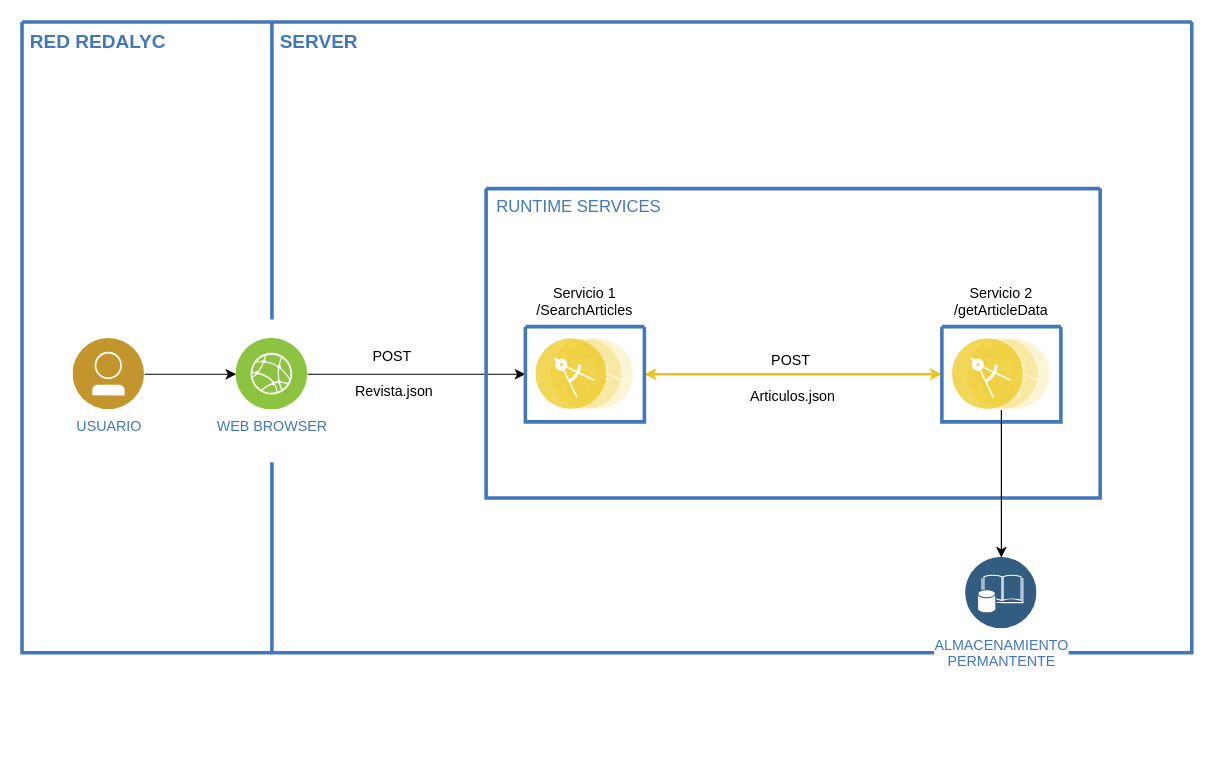
ubecerrilv/8semestre keeps this draw.io diagram as Integrativa/ProyectoNuevo/Microservices.drawio. Above is the earlier version. Source tidied: cells renumbered, new cells numbered last; positions are measured from the earlier drawing's top-left corner, leaving out a move shared by most shapes. Both pictures are drawn from the tidied source at 119%, with x=0, y=0 at pixel (21, 21).
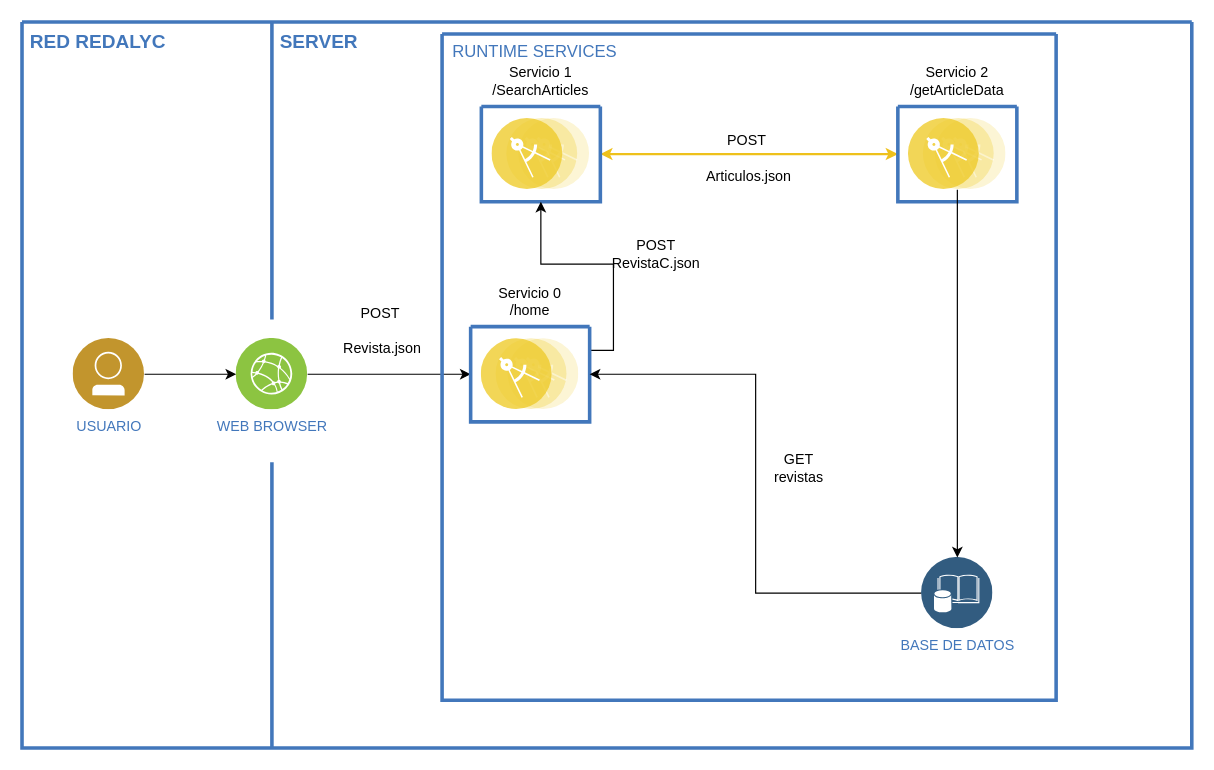
Above is the later version.

Unchanged cells that the change refers to:
```xml
<mxCell id="10" value="WEB BROWSER" style="perimeter=ellipsePerimeter;html=1;align=center;shadow=0;dashed=0;image;image=img/lib/ibm/infrastructure/edge_services.svg;labelBackgroundColor=#ffffff;strokeColor=#666666;strokeWidth=3;fillColor=#C2952D;gradientColor=none;fontSize=12;fontColor=#4277BB;" parent="2" vertex="1">
  <mxGeometry x="180" y="266" width="60" height="60" as="geometry" />
</mxCell>
```

Diff of the diagram source:
```diff
@@
     <mxCell id="2" style="swimlane;shadow=0;strokeColor=#4277BB;fillColor=#ffffff;fontColor=#4277BB;align=right;startSize=0;strokeWidth=3;" parent="1" vertex="1">
-      <mxGeometry width="983" height="530" as="geometry" />
+      <mxGeometry width="983" height="610" as="geometry" />
     </mxCell>
@@
     <mxCell id="6" style="line;strokeWidth=3;direction=south;html=1;shadow=0;labelBackgroundColor=none;fillColor=none;gradientColor=none;fontSize=12;fontColor=#4277BB;align=right;strokeColor=#4277BB;" parent="2" vertex="1">
-      <mxGeometry x="205" y="370" width="10" height="160" as="geometry" />
+      <mxGeometry x="205" y="370" width="10" height="240" as="geometry" />
     </mxCell>
@@
-    <mxCell id="9" style="edgeStyle=orthogonalEdgeStyle;rounded=0;jettySize=auto;html=1;entryX=0;entryY=0.5;entryDx=0;entryDy=0;" parent="2" edge="1" source="10" target="14">
-      <mxGeometry relative="1" as="geometry" />
-    </mxCell>
+    <mxCell id="26" style="edgeStyle=orthogonalEdgeStyle;rounded=0;jettySize=auto;html=1;entryX=0;entryY=0.5;entryDx=0;entryDy=0;" parent="2" edge="1" source="10" target="28">
+      <mxGeometry relative="1" as="geometry" />
+    </mxCell>
@@
     <mxCell id="11" style="swimlane;shadow=0;strokeColor=#4277BB;fillColor=#ffffff;fontColor=#4277BB;align=right;startSize=0;strokeWidth=3;" parent="2" vertex="1">
-      <mxGeometry x="390" y="140" width="516" height="260" as="geometry" />
+      <mxGeometry x="353" y="10" width="516" height="560" as="geometry" />
     </mxCell>
@@
     <mxCell id="14" style="swimlane;shadow=0;strokeColor=#4277BB;fillColor=#ffffff;fontColor=#4277BB;align=right;startSize=0;strokeWidth=3;" parent="11" vertex="1">
-      <mxGeometry x="33" y="116" width="100" height="80" as="geometry" />
+      <mxGeometry x="33" y="61" width="100" height="80" as="geometry" />
     </mxCell>
@@
     <mxCell id="16" style="swimlane;shadow=0;strokeColor=#4277BB;fillColor=#ffffff;fontColor=#4277BB;align=right;startSize=0;strokeWidth=3;" parent="11" vertex="1">
-      <mxGeometry x="383" y="116" width="100" height="80" as="geometry" />
+      <mxGeometry x="383" y="61" width="100" height="80" as="geometry" />
     </mxCell>
@@
     <mxCell id="18" value="Servicio 1&lt;div&gt;/SearchArticles&lt;/div&gt;" style="text;html=1;align=center;verticalAlign=middle;whiteSpace=wrap;rounded=0;" parent="11" vertex="1">
-      <mxGeometry x="53" y="80" width="60" height="30" as="geometry" />
+      <mxGeometry x="53" y="25" width="60" height="30" as="geometry" />
     </mxCell>
     <mxCell id="19" value="POST&amp;nbsp;" style="text;html=1;align=center;verticalAlign=middle;whiteSpace=wrap;rounded=0;" parent="11" vertex="1">
-      <mxGeometry x="228" y="130" width="60" height="30" as="geometry" />
+      <mxGeometry x="228" y="75" width="60" height="30" as="geometry" />
     </mxCell>
     <mxCell id="20" value="Articulos.json" style="text;html=1;align=center;verticalAlign=middle;whiteSpace=wrap;rounded=0;" parent="11" vertex="1">
-      <mxGeometry x="228" y="160" width="60" height="30" as="geometry" />
+      <mxGeometry x="228" y="105" width="60" height="30" as="geometry" />
     </mxCell>
     <mxCell id="21" value="Servicio 2&lt;div&gt;/getArticleData&lt;/div&gt;" style="text;html=1;align=center;verticalAlign=middle;whiteSpace=wrap;rounded=0;" parent="11" vertex="1">
-      <mxGeometry x="403" y="80" width="60" height="30" as="geometry" />
+      <mxGeometry x="403" y="25" width="60" height="30" as="geometry" />
     </mxCell>
+    <mxCell id="27" style="edgeStyle=orthogonalEdgeStyle;rounded=0;jettySize=auto;html=1;exitX=1;exitY=0.25;exitDx=0;exitDy=0;entryX=0.5;entryY=1;entryDx=0;entryDy=0;" parent="11" edge="1" source="28" target="14">
+      <mxGeometry relative="1" as="geometry" />
+    </mxCell>
+    <mxCell id="28" style="swimlane;shadow=0;strokeColor=#4277BB;fillColor=#ffffff;fontColor=#4277BB;align=right;startSize=0;strokeWidth=3;" parent="11" vertex="1">
+      <mxGeometry x="24" y="246" width="100" height="80" as="geometry" />
+    </mxCell>
+    <mxCell id="29" style="perimeter=ellipsePerimeter;html=1;align=center;shadow=0;dashed=0;image;image=img/lib/ibm/applications/microservice.svg;labelBackgroundColor=#ffffff;strokeColor=#666666;strokeWidth=3;fillColor=#C2952D;gradientColor=none;fontSize=12;fontColor=#4277BB;" parent="28" vertex="1">
+      <mxGeometry x="9" y="10" width="82" height="60" as="geometry" />
+    </mxCell>
+    <mxCell id="30" value="Servicio 0&lt;div&gt;/home&lt;/div&gt;" style="text;html=1;align=center;verticalAlign=middle;whiteSpace=wrap;rounded=0;" parent="11" vertex="1">
+      <mxGeometry x="44" y="210" width="60" height="30" as="geometry" />
+    </mxCell>
+    <mxCell id="31" value="GET&lt;div&gt;revistas&lt;/div&gt;" style="text;html=1;align=center;verticalAlign=middle;whiteSpace=wrap;rounded=0;" parent="11" vertex="1">
+      <mxGeometry x="270" y="350" width="60" height="30" as="geometry" />
+    </mxCell>
+    <mxCell id="32" value="POST&lt;div&gt;RevistaC.json&lt;/div&gt;" style="text;html=1;align=center;verticalAlign=middle;whiteSpace=wrap;rounded=0;" parent="11" vertex="1">
+      <mxGeometry x="150" y="170" width="60" height="30" as="geometry" />
+    </mxCell>
+    <mxCell id="33" style="edgeStyle=orthogonalEdgeStyle;rounded=0;jettySize=auto;html=1;exitX=0;exitY=0.5;exitDx=0;exitDy=0;entryX=1;entryY=0.5;entryDx=0;entryDy=0;" parent="2" edge="1" source="22" target="28">
+      <mxGeometry relative="1" as="geometry" />
+    </mxCell>
-    <mxCell id="22" value="ALMACENAMIENTO&lt;div&gt;PERMANTENTE&lt;/div&gt;" style="perimeter=ellipsePerimeter;html=1;align=center;shadow=0;dashed=0;image;image=img/lib/ibm/data/enterprise_data.svg;labelBackgroundColor=#ffffff;strokeColor=#666666;strokeWidth=3;fillColor=#C2952D;gradientColor=none;fontSize=12;fontColor=#4277BB;" parent="2" vertex="1">
-      <mxGeometry x="793" y="450" width="60" height="60" as="geometry" />
+    <mxCell id="22" value="BASE DE DATOS" style="perimeter=ellipsePerimeter;html=1;align=center;shadow=0;dashed=0;image;image=img/lib/ibm/data/enterprise_data.svg;labelBackgroundColor=#ffffff;strokeColor=#666666;strokeWidth=3;fillColor=#C2952D;gradientColor=none;fontSize=12;fontColor=#4277BB;" parent="2" vertex="1">
+      <mxGeometry x="756" y="450" width="60" height="60" as="geometry" />
     </mxCell>
     <mxCell id="23" value="POST&amp;nbsp;" style="text;html=1;align=center;verticalAlign=middle;whiteSpace=wrap;rounded=0;" parent="2" vertex="1">
-      <mxGeometry x="283" y="266" width="60" height="30" as="geometry" />
+      <mxGeometry x="273" y="230" width="60" height="30" as="geometry" />
     </mxCell>
     <mxCell id="24" value="Revista.json" style="text;html=1;align=center;verticalAlign=middle;whiteSpace=wrap;rounded=0;" parent="2" vertex="1">
-      <mxGeometry x="283" y="296" width="60" height="30" as="geometry" />
+      <mxGeometry x="273" y="260" width="60" height="30" as="geometry" />
     </mxCell>
```
